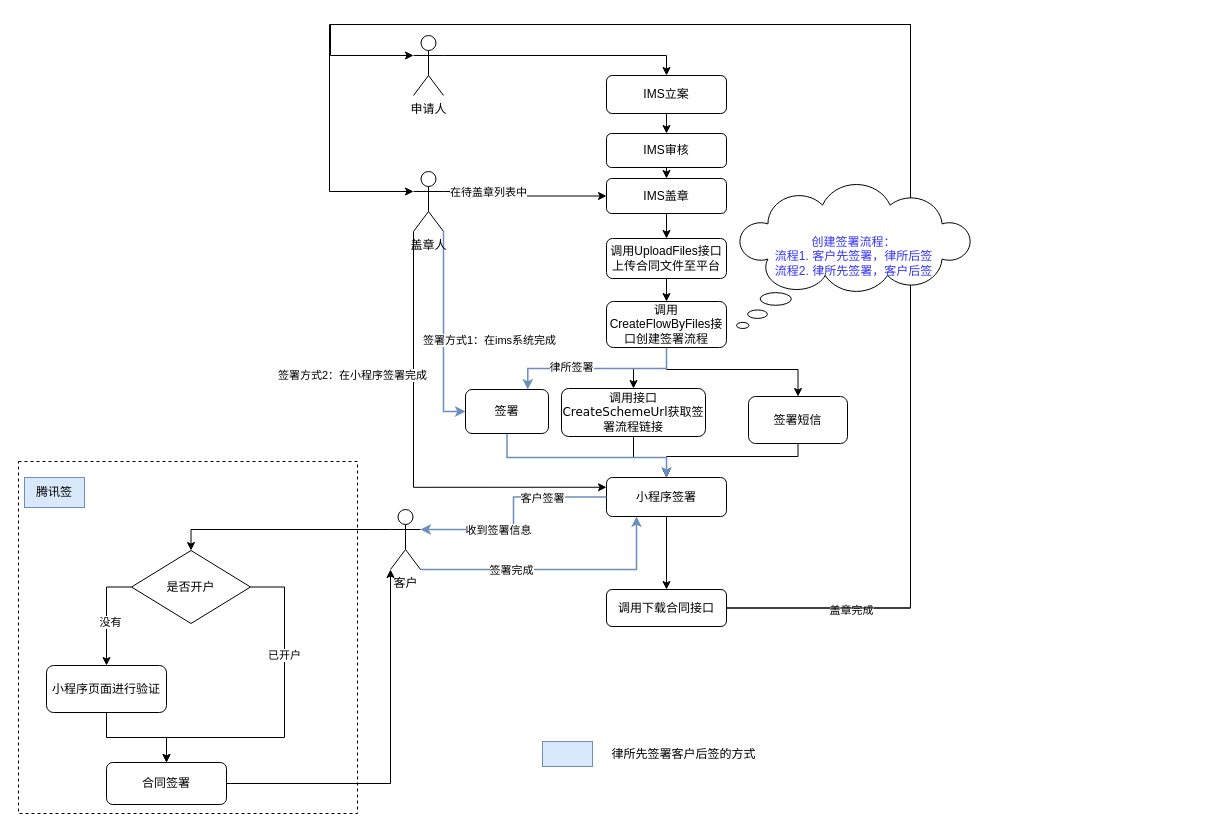
hy986/Repo_0110 keeps this draw.io diagram as page "腾讯签" (2 of 2) of CFCA.drawio. Above is the earlier version. Source tidied: cells renumbered, new cells numbered last; positions are measured from the earlier drawing's top-left corner, leaving out a move shared by most shapes. Both pictures are drawn from the tidied source at 100%, with x=0, y=0 at pixel (18, 24).
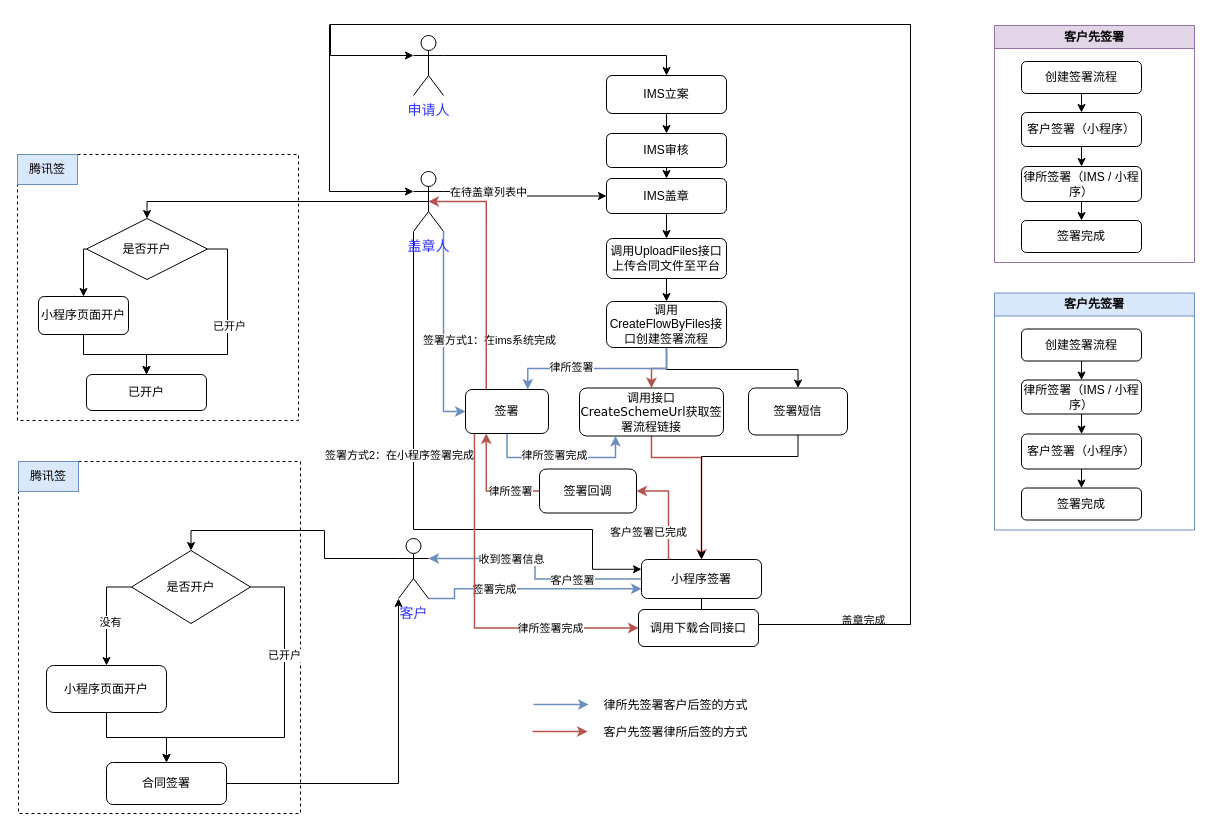
The same diagram, later.

Unchanged cells that the change refers to:
```xml
<mxCell id="29" value="调用&lt;font style=&quot;&quot; face=&quot;Helvetica&quot;&gt;CreateFlowByFiles&lt;/font&gt;接口创建签署流程" style="rounded=1;whiteSpace=wrap;html=1;" parent="1" vertex="1">
  <mxGeometry x="588" y="277" width="120" height="46" as="geometry" />
</mxCell>
<mxCell id="53" value="签署" style="rounded=1;whiteSpace=wrap;html=1;" parent="1" vertex="1">
  <mxGeometry x="447" y="365" width="83" height="44" as="geometry" />
</mxCell>
```

What changed in the source:
```diff
@@
+    <mxCell id="47" style="rounded=0;whiteSpace=wrap;html=1;dashed=1;fillColor=none;" parent="1" vertex="1">
+      <mxGeometry y="437" width="282" height="352" as="geometry" />
+    </mxCell>
@@
-    <mxCell id="7" value="申请人" style="shape=umlActor;verticalLabelPosition=bottom;verticalAlign=top;html=1;outlineConnect=0;" parent="1" vertex="1">
+    <mxCell id="7" value="&lt;font style=&quot;font-size: 14px; color: rgb(51, 51, 255);&quot;&gt;申请人&lt;/font&gt;" style="shape=umlActor;verticalLabelPosition=bottom;verticalAlign=top;html=1;outlineConnect=0;" parent="1" vertex="1">
       <mxGeometry x="395" y="11" width="30" height="60" as="geometry" />
     </mxCell>
@@
     <mxCell id="10" style="edgeStyle=orthogonalEdgeStyle;rounded=0;jettySize=auto;html=1;exitX=0;exitY=1;exitDx=0;exitDy=0;exitPerimeter=0;entryX=0;entryY=0.25;entryDx=0;entryDy=0;" parent="1" edge="1" source="14" target="34">
-      <mxGeometry relative="1" as="geometry" />
+      <mxGeometry relative="1" as="geometry">
+        <Array as="points">
+          <mxPoint x="395" y="505" />
+          <mxPoint x="574" y="505" />
+          <mxPoint x="574" y="545" />
+        </Array>
+      </mxGeometry>
     </mxCell>
     <mxCell id="11" value="签署方式2：在小程序签署完成" style="edgeLabel;html=1;align=center;verticalAlign=middle;" parent="10" vertex="1">
       <mxGeometry x="-0.55" y="-4" relative="1" as="geometry">
-        <mxPoint x="-58" y="42" as="offset" />
+        <mxPoint x="-11" y="96" as="offset" />
       </mxGeometry>
     </mxCell>
@@
+    <mxCell id="57" style="edgeStyle=orthogonalEdgeStyle;rounded=0;jettySize=auto;html=1;exitX=0.5;exitY=0.5;exitDx=0;exitDy=0;exitPerimeter=0;entryX=0.5;entryY=0;entryDx=0;entryDy=0;" parent="1" edge="1" source="14" target="84">
+      <mxGeometry relative="1" as="geometry">
+        <Array as="points">
+          <mxPoint x="129" y="177" />
+        </Array>
+      </mxGeometry>
+    </mxCell>
-    <mxCell id="14" value="盖章人" style="shape=umlActor;verticalLabelPosition=bottom;verticalAlign=top;html=1;outlineConnect=0;" parent="1" vertex="1">
+    <mxCell id="14" value="&lt;font style=&quot;color: rgb(51, 51, 255); font-size: 14px;&quot;&gt;盖章人&lt;/font&gt;" style="shape=umlActor;verticalLabelPosition=bottom;verticalAlign=top;html=1;outlineConnect=0;" parent="1" vertex="1">
       <mxGeometry x="395" y="147" width="30" height="60" as="geometry" />
     </mxCell>
@@
-    <mxCell id="16" style="edgeStyle=orthogonalEdgeStyle;rounded=0;jettySize=auto;html=1;exitX=1;exitY=1;exitDx=0;exitDy=0;exitPerimeter=0;entryX=0.25;entryY=1;entryDx=0;entryDy=0;fillColor=#dae8fc;strokeColor=#6c8ebf;strokeWidth=1.5;" parent="1" edge="1" source="18" target="34">
+    <mxCell id="16" style="edgeStyle=orthogonalEdgeStyle;rounded=0;jettySize=auto;html=1;exitX=1;exitY=1;exitDx=0;exitDy=0;exitPerimeter=0;entryX=0;entryY=0.75;entryDx=0;entryDy=0;fillColor=#dae8fc;strokeColor=#6c8ebf;strokeWidth=1.5;" parent="1" edge="1" source="18" target="34">
       <mxGeometry relative="1" as="geometry">
         <Array as="points">
-          <mxPoint x="618" y="545" />
+          <mxPoint x="436" y="574" />
+          <mxPoint x="436" y="564" />
         </Array>
       </mxGeometry>
     </mxCell>
@@
-    <mxCell id="18" value="客户" style="shape=umlActor;verticalLabelPosition=bottom;verticalAlign=top;html=1;outlineConnect=0;" parent="1" vertex="1">
-      <mxGeometry x="372" y="485" width="30" height="60" as="geometry" />
+    <mxCell id="18" value="&lt;font style=&quot;font-size: 14px; color: rgb(51, 51, 255);&quot;&gt;客户&lt;/font&gt;" style="shape=umlActor;verticalLabelPosition=bottom;verticalAlign=top;html=1;outlineConnect=0;" parent="1" vertex="1">
+      <mxGeometry x="380" y="514" width="30" height="60" as="geometry" />
     </mxCell>
@@
     <mxCell id="20" value="调用下载合同接口" style="rounded=1;whiteSpace=wrap;html=1;" parent="1" vertex="1">
-      <mxGeometry x="588" y="565" width="120" height="37" as="geometry" />
+      <mxGeometry x="620" y="585" width="120" height="37" as="geometry" />
     </mxCell>
@@
-    <mxCell id="25" style="edgeStyle=orthogonalEdgeStyle;rounded=0;jettySize=auto;html=1;exitX=0.5;exitY=1;exitDx=0;exitDy=0;entryX=0.5;entryY=0;entryDx=0;entryDy=0;" parent="1" edge="1" source="29" target="31">
+    <mxCell id="25" style="edgeStyle=orthogonalEdgeStyle;rounded=0;jettySize=auto;html=1;exitX=0.5;exitY=1;exitDx=0;exitDy=0;entryX=0.5;entryY=0;entryDx=0;entryDy=0;strokeWidth=1.5;fillColor=#f8cecc;strokeColor=#b85450;" parent="1" edge="1" source="29" target="31">
       <mxGeometry relative="1" as="geometry">
         <Array as="points">
           <mxPoint x="648" y="344" />
-          <mxPoint x="615" y="344" />
+          <mxPoint x="633" y="344" />
         </Array>
       </mxGeometry>
     </mxCell>
@@
-    <mxCell id="30" style="edgeStyle=orthogonalEdgeStyle;rounded=0;jettySize=auto;html=1;exitX=0.5;exitY=1;exitDx=0;exitDy=0;entryX=0.5;entryY=0;entryDx=0;entryDy=0;" parent="1" edge="1" source="31" target="34">
+    <mxCell id="30" style="edgeStyle=orthogonalEdgeStyle;rounded=0;jettySize=auto;html=1;exitX=0.5;exitY=1;exitDx=0;exitDy=0;entryX=0.5;entryY=0;entryDx=0;entryDy=0;fillColor=#f8cecc;strokeColor=#b85450;strokeWidth=1.5;" parent="1" edge="1" source="31" target="34">
       <mxGeometry relative="1" as="geometry">
         <Array as="points">
-          <mxPoint x="615" y="433" />
-          <mxPoint x="648" y="433" />
+          <mxPoint x="633" y="433" />
+          <mxPoint x="683" y="433" />
         </Array>
       </mxGeometry>
     </mxCell>
     <mxCell id="31" value="调用接口&lt;font style=&quot;&quot; face=&quot;Verdana&quot;&gt;CreateSchemeUrl&lt;/font&gt;获取签署流程链接" style="rounded=1;whiteSpace=wrap;html=1;" parent="1" vertex="1">
-      <mxGeometry x="543" y="364" width="144" height="48" as="geometry" />
+      <mxGeometry x="561" y="363.5" width="144" height="48" as="geometry" />
     </mxCell>
     <mxCell id="32" style="edgeStyle=orthogonalEdgeStyle;rounded=0;jettySize=auto;html=1;exitX=0.5;exitY=1;exitDx=0;exitDy=0;entryX=0.5;entryY=0;entryDx=0;entryDy=0;" parent="1" edge="1" source="33" target="34">
       <mxGeometry relative="1" as="geometry">
         <Array as="points">
           <mxPoint x="780" y="432" />
-          <mxPoint x="648" y="432" />
+          <mxPoint x="683" y="432" />
         </Array>
       </mxGeometry>
     </mxCell>
     <mxCell id="33" value="签署短信" style="rounded=1;whiteSpace=wrap;html=1;" parent="1" vertex="1">
-      <mxGeometry x="730" y="372" width="99" height="47" as="geometry" />
+      <mxGeometry x="730" y="363.5" width="99" height="47" as="geometry" />
     </mxCell>
+    <mxCell id="58" style="edgeStyle=orthogonalEdgeStyle;rounded=0;jettySize=auto;html=1;exitX=0.25;exitY=0;exitDx=0;exitDy=0;fillColor=#f8cecc;strokeColor=#b85450;strokeWidth=1.5;entryX=1;entryY=0.5;entryDx=0;entryDy=0;" parent="1" edge="1" source="34" target="91">
+      <mxGeometry relative="1" as="geometry">
+        <Array as="points">
+          <mxPoint x="650" y="467" />
+        </Array>
+      </mxGeometry>
+    </mxCell>
+    <mxCell id="59" value="客户签署已完成" style="edgeLabel;html=1;align=center;verticalAlign=middle;" parent="58" vertex="1">
+      <mxGeometry x="0.16" y="-1" relative="1" as="geometry">
+        <mxPoint x="-22" y="29" as="offset" />
+      </mxGeometry>
+    </mxCell>
     <mxCell id="34" value="小程序签署" style="rounded=1;whiteSpace=wrap;html=1;" parent="1" vertex="1">
-      <mxGeometry x="588" y="453" width="120" height="39" as="geometry" />
+      <mxGeometry x="623" y="535" width="120" height="39" as="geometry" />
     </mxCell>
@@
-    <mxCell id="44" value="小程序页面进行验证" style="rounded=1;whiteSpace=wrap;html=1;" parent="1" vertex="1">
+    <mxCell id="44" value="小程序页面开户" style="rounded=1;whiteSpace=wrap;html=1;" parent="1" vertex="1">
       <mxGeometry x="28" y="641" width="120" height="47" as="geometry" />
     </mxCell>
@@
-    <mxCell id="47" style="rounded=0;whiteSpace=wrap;html=1;dashed=1;fillColor=none;" parent="1" vertex="1">
-      <mxGeometry y="437" width="339" height="352" as="geometry" />
-    </mxCell>
     <mxCell id="48" value="腾讯签" style="text;html=1;whiteSpace=wrap;strokeColor=#6c8ebf;fillColor=#dae8fc;align=center;verticalAlign=middle;rounded=0;" parent="1" vertex="1">
-      <mxGeometry x="6" y="453" width="60" height="30" as="geometry" />
+      <mxGeometry y="437" width="60" height="30" as="geometry" />
     </mxCell>
     <mxCell id="49" style="edgeStyle=orthogonalEdgeStyle;rounded=0;jettySize=auto;html=1;exitX=1;exitY=0.5;exitDx=0;exitDy=0;entryX=0;entryY=0.3333333333333333;entryDx=0;entryDy=0;entryPerimeter=0;" parent="1" edge="1" source="20" target="7">
       <mxGeometry relative="1" as="geometry">
         <Array as="points">
-          <mxPoint x="892" y="584" />
+          <mxPoint x="892" y="600" />
           <mxPoint x="892" />
           <mxPoint x="312" />
           <mxPoint x="312" y="31" />
         </Array>
       </mxGeometry>
     </mxCell>
     <mxCell id="50" value="盖章完成" style="edgeLabel;html=1;align=center;verticalAlign=middle;" parent="49" vertex="1">
       <mxGeometry x="-0.25" y="1" relative="1" as="geometry">
-        <mxPoint x="-59" y="366" as="offset" />
+        <mxPoint x="-47" y="384" as="offset" />
       </mxGeometry>
     </mxCell>
     <mxCell id="51" style="edgeStyle=orthogonalEdgeStyle;rounded=0;jettySize=auto;html=1;exitX=1;exitY=0.5;exitDx=0;exitDy=0;entryX=0;entryY=0.3333333333333333;entryDx=0;entryDy=0;entryPerimeter=0;" parent="1" edge="1" source="20" target="14">
       <mxGeometry relative="1" as="geometry">
         <Array as="points">
-          <mxPoint x="892" y="584" />
+          <mxPoint x="892" y="600" />
           <mxPoint x="892" />
           <mxPoint x="311" />
           <mxPoint x="311" y="167" />
         </Array>
       </mxGeometry>
     </mxCell>
-    <mxCell id="52" style="edgeStyle=orthogonalEdgeStyle;rounded=0;jettySize=auto;html=1;exitX=0.5;exitY=1;exitDx=0;exitDy=0;entryX=0.5;entryY=0;entryDx=0;entryDy=0;fillColor=#dae8fc;strokeColor=#6c8ebf;strokeWidth=1.5;" parent="1" edge="1" source="53" target="34">
+    <mxCell id="52" style="edgeStyle=orthogonalEdgeStyle;rounded=0;jettySize=auto;html=1;exitX=0.5;exitY=1;exitDx=0;exitDy=0;entryX=0.25;entryY=1;entryDx=0;entryDy=0;fillColor=#dae8fc;strokeColor=#6c8ebf;strokeWidth=1.5;" parent="1" edge="1" source="53" target="31">
       <mxGeometry relative="1" as="geometry">
         <Array as="points">
-          <mxPoint x="488" y="433" />
-          <mxPoint x="648" y="433" />
+          <mxPoint x="489" y="433" />
+          <mxPoint x="597" y="433" />
         </Array>
       </mxGeometry>
     </mxCell>
+    <mxCell id="60" value="律所签署完成" style="edgeLabel;html=1;align=center;verticalAlign=middle;" parent="52" vertex="1">
+      <mxGeometry x="-0.44" y="4" relative="1" as="geometry">
+        <mxPoint x="28" y="1" as="offset" />
+      </mxGeometry>
+    </mxCell>
+    <mxCell id="61" style="edgeStyle=orthogonalEdgeStyle;rounded=0;jettySize=auto;html=1;exitX=0.108;exitY=1;exitDx=0;exitDy=0;entryX=0;entryY=0.5;entryDx=0;entryDy=0;fillColor=#f8cecc;strokeColor=#b85450;strokeWidth=1.5;exitPerimeter=0;" parent="1" edge="1" source="53" target="20">
+      <mxGeometry relative="1" as="geometry" />
+    </mxCell>
+    <mxCell id="62" value="律所签署完成" style="edgeLabel;html=1;align=center;verticalAlign=middle;" parent="61" vertex="1">
+      <mxGeometry x="0.24" y="4" relative="1" as="geometry">
+        <mxPoint x="48" y="4" as="offset" />
+      </mxGeometry>
+    </mxCell>
@@
-    <mxCell id="54" value="&lt;font style=&quot;color: rgb(51, 51, 255);&quot;&gt;创建签署流程：&lt;br&gt;流程1. 客户先签署，律所后签&lt;br&gt;流程2. 律所先签署，客户后签&lt;/font&gt;" style="whiteSpace=wrap;html=1;shape=mxgraph.basic.cloud_callout;" parent="1" vertex="1">
-      <mxGeometry x="718" y="160" width="235" height="144" as="geometry" />
-    </mxCell>
-    <mxCell id="55" style="rounded=0;whiteSpace=wrap;html=1;fillColor=#dae8fc;strokeColor=#6c8ebf;" parent="1" vertex="1">
-      <mxGeometry x="524" y="717" width="50" height="25" as="geometry" />
-    </mxCell>
     <mxCell id="56" value="律所先签署客户后签的方式" style="rounded=0;whiteSpace=wrap;html=1;strokeColor=none;" parent="1" vertex="1">
-      <mxGeometry x="580" y="717" width="171" height="25" as="geometry" />
+      <mxGeometry x="572" y="668" width="171" height="25" as="geometry" />
     </mxCell>
+    <mxCell id="63" style="edgeStyle=orthogonalEdgeStyle;rounded=0;jettySize=auto;html=1;exitX=0.5;exitY=1;exitDx=0;exitDy=0;entryX=0.5;entryY=0;entryDx=0;entryDy=0;" parent="1" edge="1" source="64" target="66">
+      <mxGeometry relative="1" as="geometry" />
+    </mxCell>
+    <mxCell id="64" value="创建签署流程" style="rounded=1;whiteSpace=wrap;html=1;" parent="1" vertex="1">
+      <mxGeometry x="1003" y="37" width="120" height="32" as="geometry" />
+    </mxCell>
+    <mxCell id="65" style="edgeStyle=orthogonalEdgeStyle;rounded=0;jettySize=auto;html=1;exitX=0.5;exitY=1;exitDx=0;exitDy=0;entryX=0.5;entryY=0;entryDx=0;entryDy=0;" parent="1" edge="1" source="66" target="68">
+      <mxGeometry relative="1" as="geometry" />
+    </mxCell>
+    <mxCell id="66" value="客户签署（小程序）" style="rounded=1;whiteSpace=wrap;html=1;" parent="1" vertex="1">
+      <mxGeometry x="1003" y="88" width="120" height="34" as="geometry" />
+    </mxCell>
+    <mxCell id="67" style="edgeStyle=orthogonalEdgeStyle;rounded=0;jettySize=auto;html=1;exitX=0.5;exitY=1;exitDx=0;exitDy=0;entryX=0.5;entryY=0;entryDx=0;entryDy=0;" parent="1" edge="1" source="68" target="70">
+      <mxGeometry relative="1" as="geometry" />
+    </mxCell>
+    <mxCell id="68" value="律所签署（IMS / 小程序）" style="rounded=1;whiteSpace=wrap;html=1;" parent="1" vertex="1">
+      <mxGeometry x="1003" y="142" width="120" height="35" as="geometry" />
+    </mxCell>
+    <mxCell id="69" value="客户先签署" style="swimlane;whiteSpace=wrap;html=1;fillColor=#e1d5e7;strokeColor=#9673a6;" parent="1" vertex="1">
+      <mxGeometry x="976" y="1" width="200" height="237" as="geometry" />
+    </mxCell>
+    <mxCell id="70" value="签署完成" style="rounded=1;whiteSpace=wrap;html=1;" parent="69" vertex="1">
+      <mxGeometry x="27" y="195" width="120" height="32" as="geometry" />
+    </mxCell>
+    <mxCell id="71" style="edgeStyle=orthogonalEdgeStyle;rounded=0;jettySize=auto;html=1;exitX=0.5;exitY=1;exitDx=0;exitDy=0;entryX=0.5;entryY=0;entryDx=0;entryDy=0;" parent="1" edge="1" source="72" target="74">
+      <mxGeometry relative="1" as="geometry" />
+    </mxCell>
+    <mxCell id="72" value="创建签署流程" style="rounded=1;whiteSpace=wrap;html=1;" parent="1" vertex="1">
+      <mxGeometry x="1003" y="304.5" width="120" height="32" as="geometry" />
+    </mxCell>
+    <mxCell id="73" style="edgeStyle=orthogonalEdgeStyle;rounded=0;jettySize=auto;html=1;exitX=0.5;exitY=1;exitDx=0;exitDy=0;entryX=0.5;entryY=0;entryDx=0;entryDy=0;" parent="1" edge="1" source="74" target="76">
+      <mxGeometry relative="1" as="geometry" />
+    </mxCell>
+    <mxCell id="74" value="律所签署（IMS / 小程序）" style="rounded=1;whiteSpace=wrap;html=1;" parent="1" vertex="1">
+      <mxGeometry x="1003" y="355.5" width="120" height="34" as="geometry" />
+    </mxCell>
+    <mxCell id="75" style="edgeStyle=orthogonalEdgeStyle;rounded=0;jettySize=auto;html=1;exitX=0.5;exitY=1;exitDx=0;exitDy=0;entryX=0.5;entryY=0;entryDx=0;entryDy=0;" parent="1" edge="1" source="76" target="78">
+      <mxGeometry relative="1" as="geometry" />
+    </mxCell>
+    <mxCell id="76" value="客户签署（小程序）" style="rounded=1;whiteSpace=wrap;html=1;" parent="1" vertex="1">
+      <mxGeometry x="1003" y="409.5" width="120" height="35" as="geometry" />
+    </mxCell>
+    <mxCell id="77" value="客户先签署" style="swimlane;whiteSpace=wrap;html=1;fillColor=#dae8fc;strokeColor=#6c8ebf;" parent="1" vertex="1">
+      <mxGeometry x="976" y="268.5" width="200" height="237" as="geometry" />
+    </mxCell>
+    <mxCell id="78" value="签署完成" style="rounded=1;whiteSpace=wrap;html=1;" parent="77" vertex="1">
+      <mxGeometry x="27" y="195" width="120" height="32" as="geometry" />
+    </mxCell>
+    <mxCell id="79" style="rounded=0;whiteSpace=wrap;html=1;dashed=1;fillColor=none;" parent="1" vertex="1">
+      <mxGeometry x="-1" y="130" width="281" height="266" as="geometry" />
+    </mxCell>
+    <mxCell id="80" value="腾讯签" style="text;html=1;whiteSpace=wrap;strokeColor=#6c8ebf;fillColor=#dae8fc;align=center;verticalAlign=middle;rounded=0;" parent="1" vertex="1">
+      <mxGeometry x="-1" y="130" width="60" height="30" as="geometry" />
+    </mxCell>
+    <mxCell id="81" style="edgeStyle=orthogonalEdgeStyle;rounded=0;jettySize=auto;html=1;exitX=0;exitY=0.5;exitDx=0;exitDy=0;entryX=0.5;entryY=0;entryDx=0;entryDy=0;" parent="1" edge="1" source="84" target="86">
+      <mxGeometry relative="1" as="geometry">
+        <Array as="points">
+          <mxPoint x="65" y="225" />
+        </Array>
+      </mxGeometry>
+    </mxCell>
+    <mxCell id="82" style="edgeStyle=orthogonalEdgeStyle;rounded=0;jettySize=auto;html=1;exitX=1;exitY=0.5;exitDx=0;exitDy=0;entryX=0.5;entryY=0;entryDx=0;entryDy=0;" parent="1" edge="1" source="84" target="87">
+      <mxGeometry relative="1" as="geometry">
+        <Array as="points">
+          <mxPoint x="209" y="225" />
+          <mxPoint x="209" y="330" />
+          <mxPoint x="128" y="330" />
+        </Array>
+      </mxGeometry>
+    </mxCell>
+    <mxCell id="83" value="已开户" style="edgeLabel;html=1;align=center;verticalAlign=middle;" parent="82" vertex="1">
+      <mxGeometry x="-0.14" y="1" relative="1" as="geometry" />
+    </mxCell>
+    <mxCell id="84" value="是否开户" style="rhombus;whiteSpace=wrap;html=1;" parent="1" vertex="1">
+      <mxGeometry x="68" y="194" width="121" height="61" as="geometry" />
+    </mxCell>
+    <mxCell id="85" style="edgeStyle=orthogonalEdgeStyle;rounded=0;jettySize=auto;html=1;exitX=0.5;exitY=1;exitDx=0;exitDy=0;entryX=0.5;entryY=0;entryDx=0;entryDy=0;" parent="1" edge="1" source="86" target="87">
+      <mxGeometry relative="1" as="geometry" />
+    </mxCell>
+    <mxCell id="86" value="小程序页面开户" style="rounded=1;whiteSpace=wrap;html=1;" parent="1" vertex="1">
+      <mxGeometry x="20" y="272" width="90" height="38" as="geometry" />
+    </mxCell>
+    <mxCell id="87" value="已开户" style="rounded=1;whiteSpace=wrap;html=1;" parent="1" vertex="1">
+      <mxGeometry x="68" y="350" width="120" height="36" as="geometry" />
+    </mxCell>
+    <mxCell id="88" style="edgeStyle=orthogonalEdgeStyle;rounded=0;jettySize=auto;html=1;exitX=0.25;exitY=0;exitDx=0;exitDy=0;entryX=0.5;entryY=0.5;entryDx=0;entryDy=0;entryPerimeter=0;fillColor=#f8cecc;strokeColor=#b85450;strokeWidth=1.5;" parent="1" edge="1" source="53" target="14">
+      <mxGeometry relative="1" as="geometry">
+        <Array as="points">
+          <mxPoint x="468" y="177" />
+        </Array>
+      </mxGeometry>
+    </mxCell>
+    <mxCell id="89" style="edgeStyle=orthogonalEdgeStyle;rounded=0;jettySize=auto;html=1;exitX=0;exitY=0.5;exitDx=0;exitDy=0;entryX=0.25;entryY=1;entryDx=0;entryDy=0;fillColor=#f8cecc;strokeColor=#b85450;strokeWidth=1.5;" parent="1" edge="1" source="91" target="53">
+      <mxGeometry relative="1" as="geometry" />
+    </mxCell>
+    <mxCell id="90" value="律所签署" style="edgeLabel;html=1;align=center;verticalAlign=middle;" parent="89" vertex="1">
+      <mxGeometry x="-0.24" y="-1" relative="1" as="geometry">
+        <mxPoint x="12" y="1" as="offset" />
+      </mxGeometry>
+    </mxCell>
+    <mxCell id="91" value="签署回调" style="rounded=1;whiteSpace=wrap;html=1;" parent="1" vertex="1">
+      <mxGeometry x="521" y="444.5" width="97" height="44" as="geometry" />
+    </mxCell>
+    <mxCell id="92" value="客户先签署律所后签的方式" style="rounded=0;whiteSpace=wrap;html=1;strokeColor=none;" parent="1" vertex="1">
+      <mxGeometry x="572" y="695" width="171" height="25" as="geometry" />
+    </mxCell>
+    <mxCell id="93" style="endArrow=classic;html=1;rounded=0;fillColor=#dae8fc;strokeColor=#6c8ebf;strokeWidth=1.5;" parent="1" edge="1">
+      <mxGeometry relative="1" as="geometry">
+        <mxPoint x="515" y="680" as="sourcePoint" />
+        <mxPoint x="570" y="680" as="targetPoint" />
+      </mxGeometry>
+    </mxCell>
+    <mxCell id="94" style="endArrow=classic;html=1;rounded=0;fillColor=#f8cecc;strokeColor=#b85450;strokeWidth=1.5;" parent="1" edge="1">
+      <mxGeometry relative="1" as="geometry">
+        <mxPoint x="514" y="707" as="sourcePoint" />
+        <mxPoint x="569" y="707" as="targetPoint" />
+      </mxGeometry>
+    </mxCell>
```
